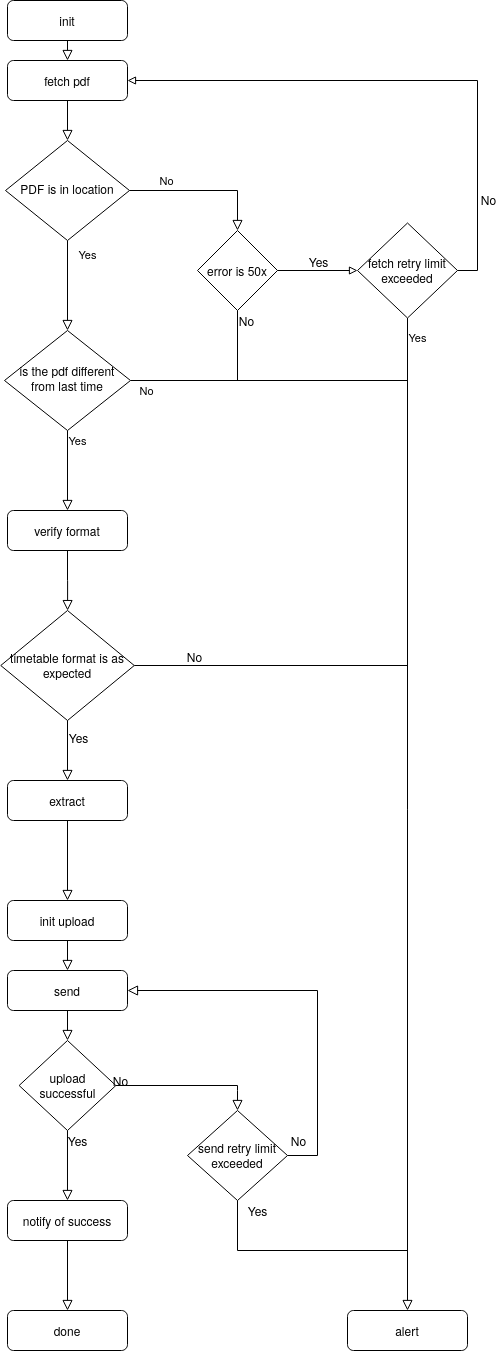
Above: docs/batch jobs/ISEL timetable extraction batch job/isel-timetable-extraction-flow.png in i-on-project/integration (draw.io), before the change. Source tidied: cells renumbered, new cells last; positions are measured from the earlier drawing's top-left corner, leaving out a move shared by most shapes.
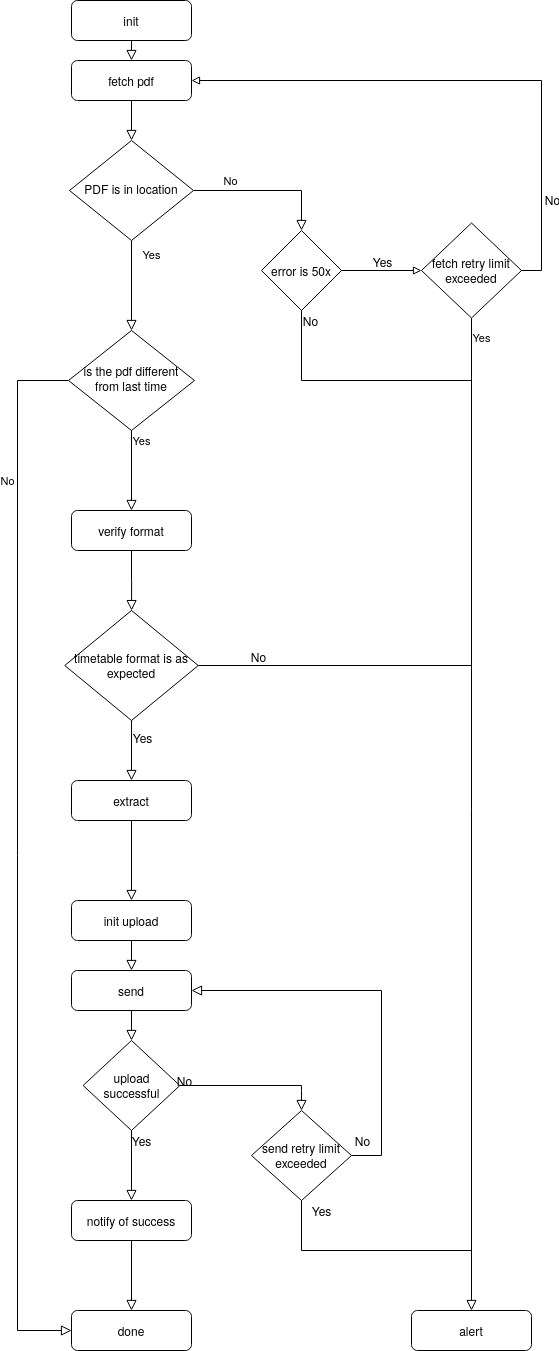
The same file after the commit.

Commit message:
corrected isel timetable fsm diagram

Diff of the diagram source:
```diff
@@ -14,9 +14,12 @@
     <mxCell id="5" value="PDF is in location" style="rhombus;whiteSpace=wrap;html=1;shadow=0;fontFamily=Helvetica;fontSize=12;align=center;strokeWidth=1;spacing=6;spacingTop=-4;" parent="1" vertex="1">
       <mxGeometry x="5" y="140" width="124" height="100" as="geometry" />
     </mxCell>
-    <mxCell id="6" value="No" style="rounded=0;html=1;jettySize=auto;fontSize=11;endArrow=none;endFill=0;endSize=8;strokeWidth=1;shadow=0;labelBackgroundColor=none;edgeStyle=orthogonalEdgeStyle;" parent="1" edge="1" source="8">
+    <mxCell id="6" value="No" style="rounded=0;html=1;jettySize=auto;fontSize=11;endArrow=block;endFill=0;endSize=8;strokeWidth=1;shadow=0;labelBackgroundColor=none;edgeStyle=orthogonalEdgeStyle;entryX=0;entryY=0.5;entryDx=0;entryDy=0;" parent="1" edge="1" source="8" target="45">
       <mxGeometry x="-0.71" y="-10" relative="1" as="geometry">
-        <mxPoint x="243" y="380" as="targetPoint" />
+        <Array as="points">
+          <mxPoint x="-47" y="380" />
+          <mxPoint x="-47" y="1330" />
+        </Array>
       </mxGeometry>
     </mxCell>
     <mxCell id="7" value="Yes" style="edgeStyle=orthogonalEdgeStyle;rounded=0;html=1;jettySize=auto;fontSize=11;endArrow=block;endFill=0;endSize=8;strokeWidth=1;shadow=0;labelBackgroundColor=none;" parent="1" edge="1" source="8" target="9">
```
